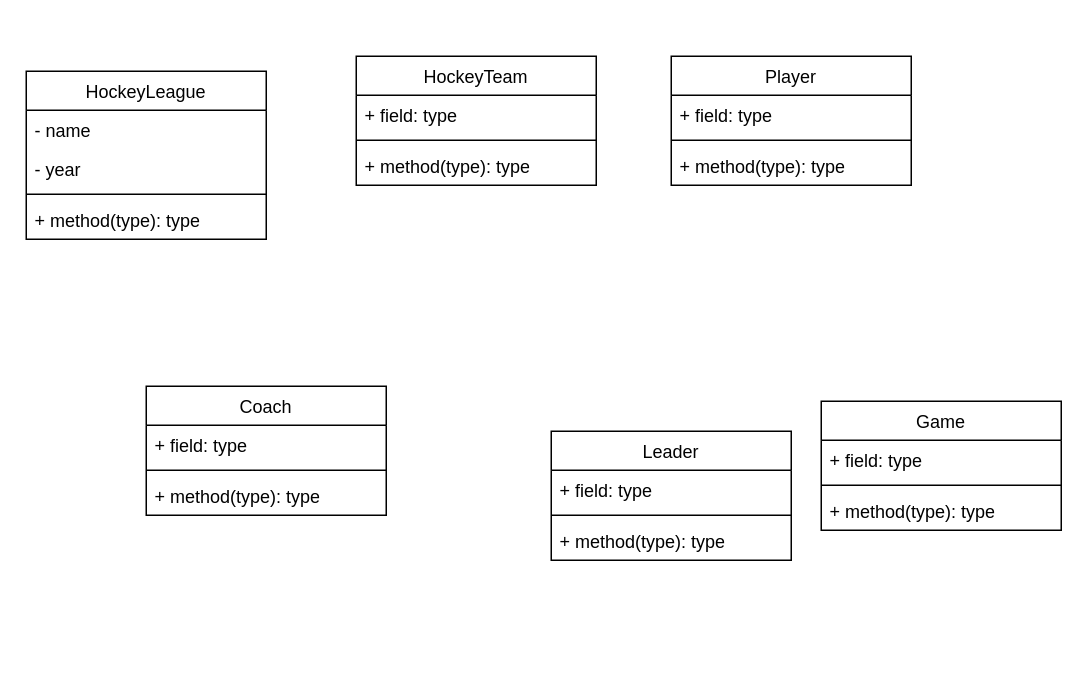
This is tuto4q4wia2002.drawio from justn0thinghere/drawio, a draw.io file, before an edit. Source tidied: cells renumbered, new cells numbered last; positions are measured from the earlier drawing's top-left corner, leaving out a move shared by most shapes. Both pictures are drawn from the tidied source at 150%, with x=0, y=0 at pixel (26, 56).
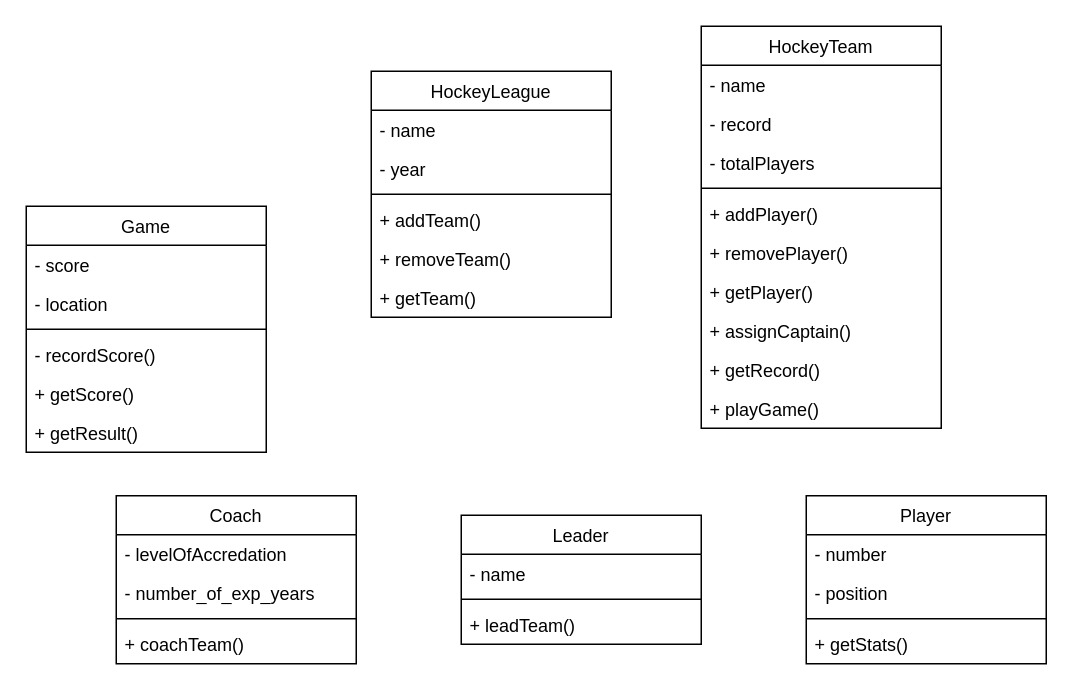
The same page after the edit.

Change to the diagram source:
```diff
@@
     <mxCell id="2" value="&lt;span style=&quot;font-weight: 400;&quot;&gt;HockeyLeague&lt;/span&gt;" style="swimlane;fontStyle=1;align=center;verticalAlign=top;horizontal=1;startSize=26;whiteSpace=wrap;html=1;" parent="1" vertex="1">
-      <mxGeometry y="10" width="160" height="112" as="geometry" />
+      <mxGeometry x="230" y="10" width="160" height="164" as="geometry" />
     </mxCell>
@@
-    <mxCell id="6" value="+ method(type): type" style="text;strokeColor=none;fillColor=none;align=left;verticalAlign=top;spacingLeft=4;spacingRight=4;overflow=hidden;whiteSpace=wrap;html=1;" parent="2" vertex="1">
+    <mxCell id="6" value="+ addTeam()" style="text;strokeColor=none;fillColor=none;align=left;verticalAlign=top;spacingLeft=4;spacingRight=4;overflow=hidden;whiteSpace=wrap;html=1;" parent="2" vertex="1">
       <mxGeometry y="86" width="160" height="26" as="geometry" />
     </mxCell>
+    <mxCell id="27" value="+ removeTeam()" style="text;strokeColor=none;fillColor=none;align=left;verticalAlign=top;spacingLeft=4;spacingRight=4;overflow=hidden;whiteSpace=wrap;html=1;" parent="2" vertex="1">
+      <mxGeometry y="112" width="160" height="26" as="geometry" />
+    </mxCell>
+    <mxCell id="28" value="+ getTeam()" style="text;strokeColor=none;fillColor=none;align=left;verticalAlign=top;spacingLeft=4;spacingRight=4;overflow=hidden;whiteSpace=wrap;html=1;" parent="2" vertex="1">
+      <mxGeometry y="138" width="160" height="26" as="geometry" />
+    </mxCell>
     <mxCell id="7" value="&lt;span style=&quot;font-weight: 400;&quot;&gt;HockeyTeam&lt;/span&gt;" style="swimlane;fontStyle=1;align=center;verticalAlign=top;horizontal=1;startSize=26;whiteSpace=wrap;html=1;" parent="1" vertex="1">
-      <mxGeometry x="220" width="160" height="86" as="geometry" />
+      <mxGeometry x="450" y="-20" width="160" height="268" as="geometry" />
     </mxCell>
-    <mxCell id="8" value="+ field: type" style="text;strokeColor=none;fillColor=none;align=left;verticalAlign=top;spacingLeft=4;spacingRight=4;overflow=hidden;whiteSpace=wrap;html=1;" parent="7" vertex="1">
+    <mxCell id="8" value="- name" style="text;strokeColor=none;fillColor=none;align=left;verticalAlign=top;spacingLeft=4;spacingRight=4;overflow=hidden;whiteSpace=wrap;html=1;" parent="7" vertex="1">
       <mxGeometry y="26" width="160" height="26" as="geometry" />
     </mxCell>
+    <mxCell id="29" value="- record" style="text;strokeColor=none;fillColor=none;align=left;verticalAlign=top;spacingLeft=4;spacingRight=4;overflow=hidden;whiteSpace=wrap;html=1;" parent="7" vertex="1">
+      <mxGeometry y="52" width="160" height="26" as="geometry" />
+    </mxCell>
+    <mxCell id="30" value="- totalPlayers" style="text;strokeColor=none;fillColor=none;align=left;verticalAlign=top;spacingLeft=4;spacingRight=4;overflow=hidden;whiteSpace=wrap;html=1;" parent="7" vertex="1">
+      <mxGeometry y="78" width="160" height="26" as="geometry" />
+    </mxCell>
     <mxCell id="9" style="line;strokeWidth=1;fillColor=none;align=left;verticalAlign=middle;spacingTop=-1;spacingLeft=3;spacingRight=3;labelPosition=right;strokeColor=inherit;" parent="7" vertex="1">
-      <mxGeometry y="52" width="160" height="8" as="geometry" />
+      <mxGeometry y="104" width="160" height="8" as="geometry" />
     </mxCell>
-    <mxCell id="10" value="+ method(type): type" style="text;strokeColor=none;fillColor=none;align=left;verticalAlign=top;spacingLeft=4;spacingRight=4;overflow=hidden;whiteSpace=wrap;html=1;" parent="7" vertex="1">
-      <mxGeometry y="60" width="160" height="26" as="geometry" />
+    <mxCell id="10" value="+ addPlayer()" style="text;strokeColor=none;fillColor=none;align=left;verticalAlign=top;spacingLeft=4;spacingRight=4;overflow=hidden;whiteSpace=wrap;html=1;" parent="7" vertex="1">
+      <mxGeometry y="112" width="160" height="26" as="geometry" />
     </mxCell>
+    <mxCell id="31" value="+ removePlayer()" style="text;strokeColor=none;fillColor=none;align=left;verticalAlign=top;spacingLeft=4;spacingRight=4;overflow=hidden;whiteSpace=wrap;html=1;" parent="7" vertex="1">
+      <mxGeometry y="138" width="160" height="26" as="geometry" />
+    </mxCell>
+    <mxCell id="32" value="+ getPlayer()" style="text;strokeColor=none;fillColor=none;align=left;verticalAlign=top;spacingLeft=4;spacingRight=4;overflow=hidden;whiteSpace=wrap;html=1;" parent="7" vertex="1">
+      <mxGeometry y="164" width="160" height="26" as="geometry" />
+    </mxCell>
+    <mxCell id="33" value="+ assignCaptain()" style="text;strokeColor=none;fillColor=none;align=left;verticalAlign=top;spacingLeft=4;spacingRight=4;overflow=hidden;whiteSpace=wrap;html=1;" parent="7" vertex="1">
+      <mxGeometry y="190" width="160" height="26" as="geometry" />
+    </mxCell>
+    <mxCell id="34" value="+ getRecord()" style="text;strokeColor=none;fillColor=none;align=left;verticalAlign=top;spacingLeft=4;spacingRight=4;overflow=hidden;whiteSpace=wrap;html=1;" parent="7" vertex="1">
+      <mxGeometry y="216" width="160" height="26" as="geometry" />
+    </mxCell>
+    <mxCell id="35" value="+ playGame()" style="text;strokeColor=none;fillColor=none;align=left;verticalAlign=top;spacingLeft=4;spacingRight=4;overflow=hidden;whiteSpace=wrap;html=1;" parent="7" vertex="1">
+      <mxGeometry y="242" width="160" height="26" as="geometry" />
+    </mxCell>
     <mxCell id="11" value="&lt;span style=&quot;font-weight: 400;&quot;&gt;Player&lt;/span&gt;" style="swimlane;fontStyle=1;align=center;verticalAlign=top;horizontal=1;startSize=26;whiteSpace=wrap;html=1;" parent="1" vertex="1">
-      <mxGeometry x="430" width="160" height="86" as="geometry" />
+      <mxGeometry x="520" y="293" width="160" height="112" as="geometry" />
     </mxCell>
-    <mxCell id="12" value="+ field: type" style="text;strokeColor=none;fillColor=none;align=left;verticalAlign=top;spacingLeft=4;spacingRight=4;overflow=hidden;whiteSpace=wrap;html=1;" parent="11" vertex="1">
+    <mxCell id="12" value="- number" style="text;strokeColor=none;fillColor=none;align=left;verticalAlign=top;spacingLeft=4;spacingRight=4;overflow=hidden;whiteSpace=wrap;html=1;" parent="11" vertex="1">
       <mxGeometry y="26" width="160" height="26" as="geometry" />
     </mxCell>
+    <mxCell id="36" value="- position" style="text;strokeColor=none;fillColor=none;align=left;verticalAlign=top;spacingLeft=4;spacingRight=4;overflow=hidden;whiteSpace=wrap;html=1;" parent="11" vertex="1">
+      <mxGeometry y="52" width="160" height="26" as="geometry" />
+    </mxCell>
     <mxCell id="13" style="line;strokeWidth=1;fillColor=none;align=left;verticalAlign=middle;spacingTop=-1;spacingLeft=3;spacingRight=3;labelPosition=right;strokeColor=inherit;" parent="11" vertex="1">
-      <mxGeometry y="52" width="160" height="8" as="geometry" />
+      <mxGeometry y="78" width="160" height="8" as="geometry" />
     </mxCell>
-    <mxCell id="14" value="+ method(type): type" style="text;strokeColor=none;fillColor=none;align=left;verticalAlign=top;spacingLeft=4;spacingRight=4;overflow=hidden;whiteSpace=wrap;html=1;" parent="11" vertex="1">
-      <mxGeometry y="60" width="160" height="26" as="geometry" />
-    </mxCell>
+    <mxCell id="37" value="+ getStats()" style="text;strokeColor=none;fillColor=none;align=left;verticalAlign=top;spacingLeft=4;spacingRight=4;overflow=hidden;whiteSpace=wrap;html=1;" parent="11" vertex="1">
+      <mxGeometry y="86" width="160" height="26" as="geometry" />
+    </mxCell>
     <mxCell id="15" value="&lt;span style=&quot;font-weight: 400;&quot;&gt;Coach&lt;/span&gt;" style="swimlane;fontStyle=1;align=center;verticalAlign=top;horizontal=1;startSize=26;whiteSpace=wrap;html=1;" parent="1" vertex="1">
-      <mxGeometry x="80" y="220" width="160" height="86" as="geometry" />
+      <mxGeometry x="60" y="293" width="160" height="112" as="geometry" />
     </mxCell>
-    <mxCell id="16" value="+ field: type" style="text;strokeColor=none;fillColor=none;align=left;verticalAlign=top;spacingLeft=4;spacingRight=4;overflow=hidden;whiteSpace=wrap;html=1;" parent="15" vertex="1">
+    <mxCell id="16" value="- levelOfAccredation" style="text;strokeColor=none;fillColor=none;align=left;verticalAlign=top;spacingLeft=4;spacingRight=4;overflow=hidden;whiteSpace=wrap;html=1;" parent="15" vertex="1">
       <mxGeometry y="26" width="160" height="26" as="geometry" />
     </mxCell>
+    <mxCell id="38" value="- number_of_exp_years" style="text;strokeColor=none;fillColor=none;align=left;verticalAlign=top;spacingLeft=4;spacingRight=4;overflow=hidden;whiteSpace=wrap;html=1;" parent="15" vertex="1">
+      <mxGeometry y="52" width="160" height="26" as="geometry" />
+    </mxCell>
     <mxCell id="17" style="line;strokeWidth=1;fillColor=none;align=left;verticalAlign=middle;spacingTop=-1;spacingLeft=3;spacingRight=3;labelPosition=right;strokeColor=inherit;" parent="15" vertex="1">
-      <mxGeometry y="52" width="160" height="8" as="geometry" />
+      <mxGeometry y="78" width="160" height="8" as="geometry" />
     </mxCell>
-    <mxCell id="18" value="+ method(type): type" style="text;strokeColor=none;fillColor=none;align=left;verticalAlign=top;spacingLeft=4;spacingRight=4;overflow=hidden;whiteSpace=wrap;html=1;" parent="15" vertex="1">
-      <mxGeometry y="60" width="160" height="26" as="geometry" />
+    <mxCell id="18" value="+ coachTeam()" style="text;strokeColor=none;fillColor=none;align=left;verticalAlign=top;spacingLeft=4;spacingRight=4;overflow=hidden;whiteSpace=wrap;html=1;" parent="15" vertex="1">
+      <mxGeometry y="86" width="160" height="26" as="geometry" />
     </mxCell>
     <mxCell id="19" value="&lt;span style=&quot;font-weight: 400;&quot;&gt;Leader&lt;/span&gt;" style="swimlane;fontStyle=1;align=center;verticalAlign=top;horizontal=1;startSize=26;whiteSpace=wrap;html=1;" parent="1" vertex="1">
-      <mxGeometry x="350" y="250" width="160" height="86" as="geometry" />
+      <mxGeometry x="290" y="306" width="160" height="86" as="geometry" />
     </mxCell>
-    <mxCell id="20" value="+ field: type" style="text;strokeColor=none;fillColor=none;align=left;verticalAlign=top;spacingLeft=4;spacingRight=4;overflow=hidden;whiteSpace=wrap;html=1;" parent="19" vertex="1">
+    <mxCell id="20" value="- name" style="text;strokeColor=none;fillColor=none;align=left;verticalAlign=top;spacingLeft=4;spacingRight=4;overflow=hidden;whiteSpace=wrap;html=1;" parent="19" vertex="1">
       <mxGeometry y="26" width="160" height="26" as="geometry" />
     </mxCell>
@@
-    <mxCell id="22" value="+ method(type): type" style="text;strokeColor=none;fillColor=none;align=left;verticalAlign=top;spacingLeft=4;spacingRight=4;overflow=hidden;whiteSpace=wrap;html=1;" parent="19" vertex="1">
+    <mxCell id="22" value="+ leadTeam()" style="text;strokeColor=none;fillColor=none;align=left;verticalAlign=top;spacingLeft=4;spacingRight=4;overflow=hidden;whiteSpace=wrap;html=1;" parent="19" vertex="1">
       <mxGeometry y="60" width="160" height="26" as="geometry" />
     </mxCell>
     <mxCell id="23" value="&lt;span style=&quot;font-weight: 400;&quot;&gt;Game&lt;/span&gt;" style="swimlane;fontStyle=1;align=center;verticalAlign=top;horizontal=1;startSize=26;whiteSpace=wrap;html=1;" parent="1" vertex="1">
-      <mxGeometry x="530" y="230" width="160" height="86" as="geometry" />
+      <mxGeometry y="100" width="160" height="164" as="geometry" />
     </mxCell>
-    <mxCell id="24" value="+ field: type" style="text;strokeColor=none;fillColor=none;align=left;verticalAlign=top;spacingLeft=4;spacingRight=4;overflow=hidden;whiteSpace=wrap;html=1;" parent="23" vertex="1">
+    <mxCell id="24" value="- score" style="text;strokeColor=none;fillColor=none;align=left;verticalAlign=top;spacingLeft=4;spacingRight=4;overflow=hidden;whiteSpace=wrap;html=1;" parent="23" vertex="1">
       <mxGeometry y="26" width="160" height="26" as="geometry" />
     </mxCell>
+    <mxCell id="39" value="- location" style="text;strokeColor=none;fillColor=none;align=left;verticalAlign=top;spacingLeft=4;spacingRight=4;overflow=hidden;whiteSpace=wrap;html=1;" parent="23" vertex="1">
+      <mxGeometry y="52" width="160" height="26" as="geometry" />
+    </mxCell>
     <mxCell id="25" style="line;strokeWidth=1;fillColor=none;align=left;verticalAlign=middle;spacingTop=-1;spacingLeft=3;spacingRight=3;labelPosition=right;strokeColor=inherit;" parent="23" vertex="1">
-      <mxGeometry y="52" width="160" height="8" as="geometry" />
+      <mxGeometry y="78" width="160" height="8" as="geometry" />
     </mxCell>
+    <mxCell id="40" value="- recordScore()" style="text;strokeColor=none;fillColor=none;align=left;verticalAlign=top;spacingLeft=4;spacingRight=4;overflow=hidden;whiteSpace=wrap;html=1;" parent="23" vertex="1">
+      <mxGeometry y="86" width="160" height="26" as="geometry" />
+    </mxCell>
-    <mxCell id="26" value="+ method(type): type" style="text;strokeColor=none;fillColor=none;align=left;verticalAlign=top;spacingLeft=4;spacingRight=4;overflow=hidden;whiteSpace=wrap;html=1;" parent="23" vertex="1">
-      <mxGeometry y="60" width="160" height="26" as="geometry" />
+    <mxCell id="26" value="+ getScore()" style="text;strokeColor=none;fillColor=none;align=left;verticalAlign=top;spacingLeft=4;spacingRight=4;overflow=hidden;whiteSpace=wrap;html=1;" parent="23" vertex="1">
+      <mxGeometry y="112" width="160" height="26" as="geometry" />
     </mxCell>
+    <mxCell id="41" value="+ getResult()" style="text;strokeColor=none;fillColor=none;align=left;verticalAlign=top;spacingLeft=4;spacingRight=4;overflow=hidden;whiteSpace=wrap;html=1;" parent="23" vertex="1">
+      <mxGeometry y="138" width="160" height="26" as="geometry" />
+    </mxCell>
```
